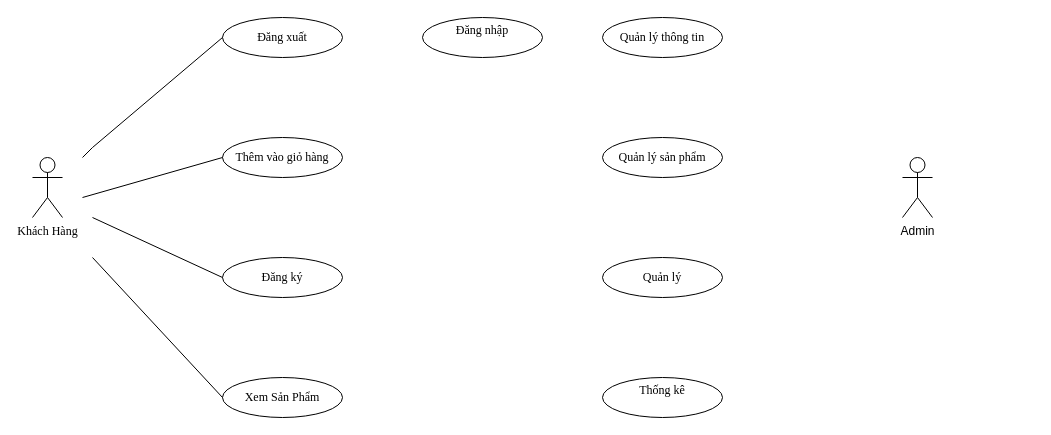
This is Usecase.drawio from Shadowcatz7/MobileShop, a draw.io file, before an edit. Source tidied: cells renumbered, new cells numbered last; positions are measured from the earlier drawing's top-left corner, leaving out a move shared by most shapes. Both pictures are drawn from the tidied source at 100%, with x=0, y=0 at pixel (32, 17).
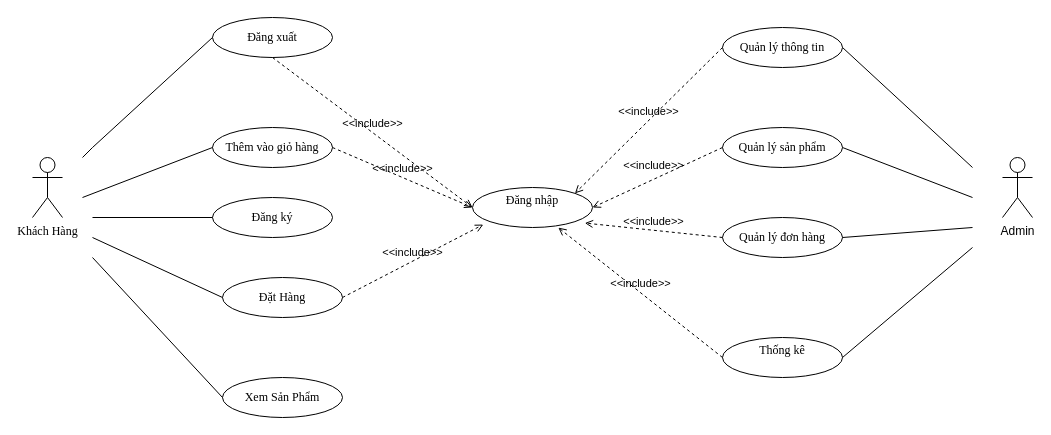
The same page after the edit.

Commit message:
Cập nhật Usecase.drawio

Change to the diagram source:
```diff
@@
     <mxCell id="3" value="Admin&lt;div&gt;&lt;br&gt;&lt;/div&gt;" style="shape=umlActor;verticalLabelPosition=bottom;verticalAlign=top;html=1;" parent="1" vertex="1">
-      <mxGeometry x="870" y="140" width="30" height="60" as="geometry" />
+      <mxGeometry x="970" y="140" width="30" height="60" as="geometry" />
     </mxCell>
     <mxCell id="4" value="Đăng xuất" style="ellipse;whiteSpace=wrap;html=1;fontFamily=Times New Roman;" parent="1" vertex="1">
-      <mxGeometry x="190" width="120" height="40" as="geometry" />
+      <mxGeometry x="180" width="120" height="40" as="geometry" />
     </mxCell>
     <mxCell id="5" value="Thêm vào giỏ hàng" style="ellipse;whiteSpace=wrap;html=1;fontFamily=Times New Roman;" parent="1" vertex="1">
-      <mxGeometry x="190" y="120" width="120" height="40" as="geometry" />
+      <mxGeometry x="180" y="110" width="120" height="40" as="geometry" />
     </mxCell>
     <mxCell id="6" value="Đăng ký" style="ellipse;whiteSpace=wrap;html=1;fontFamily=Times New Roman;" parent="1" vertex="1">
-      <mxGeometry x="190" y="240" width="120" height="40" as="geometry" />
+      <mxGeometry x="180" y="180" width="120" height="40" as="geometry" />
     </mxCell>
@@
     <mxCell id="12" value="Đăng nhập&lt;div&gt;&lt;br&gt;&lt;/div&gt;" style="ellipse;whiteSpace=wrap;html=1;fontFamily=Times New Roman;" parent="1" vertex="1">
-      <mxGeometry x="390" width="120" height="40" as="geometry" />
+      <mxGeometry x="440" y="170" width="120" height="40" as="geometry" />
     </mxCell>
     <mxCell id="13" value="Quản lý thông tin" style="ellipse;whiteSpace=wrap;html=1;fontFamily=Times New Roman;" parent="1" vertex="1">
-      <mxGeometry x="570" width="120" height="40" as="geometry" />
+      <mxGeometry x="690" y="10" width="120" height="40" as="geometry" />
     </mxCell>
     <mxCell id="14" value="Quản lý sản phẩm" style="ellipse;whiteSpace=wrap;html=1;fontFamily=Times New Roman;" parent="1" vertex="1">
-      <mxGeometry x="570" y="120" width="120" height="40" as="geometry" />
+      <mxGeometry x="690" y="110" width="120" height="40" as="geometry" />
     </mxCell>
-    <mxCell id="15" value="Quản lý" style="ellipse;whiteSpace=wrap;html=1;fontFamily=Times New Roman;" parent="1" vertex="1">
-      <mxGeometry x="570" y="240" width="120" height="40" as="geometry" />
+    <mxCell id="15" value="Quản lý đơn hàng" style="ellipse;whiteSpace=wrap;html=1;fontFamily=Times New Roman;" parent="1" vertex="1">
+      <mxGeometry x="690" y="200" width="120" height="40" as="geometry" />
     </mxCell>
     <mxCell id="16" value="Thống kê&lt;div&gt;&lt;br&gt;&lt;/div&gt;" style="ellipse;whiteSpace=wrap;html=1;fontFamily=Times New Roman;" parent="1" vertex="1">
-      <mxGeometry x="570" y="360" width="120" height="40" as="geometry" />
+      <mxGeometry x="690" y="320" width="120" height="40" as="geometry" />
     </mxCell>
+    <mxCell id="17" style="endArrow=none;html=1;rounded=0;exitX=1;exitY=0.5;exitDx=0;exitDy=0;" parent="1" edge="1" source="13">
+      <mxGeometry relative="1" as="geometry">
+        <mxPoint x="940" y="150" as="targetPoint" />
+      </mxGeometry>
+    </mxCell>
+    <mxCell id="18" style="endArrow=none;html=1;rounded=0;exitX=1;exitY=0.5;exitDx=0;exitDy=0;" parent="1" edge="1" source="14">
+      <mxGeometry relative="1" as="geometry">
+        <mxPoint x="940" y="180" as="targetPoint" />
+      </mxGeometry>
+    </mxCell>
+    <mxCell id="19" style="endArrow=none;html=1;rounded=0;exitX=1;exitY=0.5;exitDx=0;exitDy=0;" parent="1" edge="1" source="15">
+      <mxGeometry relative="1" as="geometry">
+        <mxPoint x="940" y="210" as="targetPoint" />
+      </mxGeometry>
+    </mxCell>
+    <mxCell id="20" style="endArrow=none;html=1;rounded=0;exitX=1;exitY=0.5;exitDx=0;exitDy=0;" parent="1" edge="1" source="16">
+      <mxGeometry relative="1" as="geometry">
+        <mxPoint x="940" y="230" as="targetPoint" />
+      </mxGeometry>
+    </mxCell>
+    <mxCell id="21" value="&amp;lt;&amp;lt;include&amp;gt;&amp;gt;" style="html=1;verticalAlign=bottom;labelBackgroundColor=none;endArrow=open;endFill=0;dashed=1;rounded=0;entryX=0;entryY=0.5;entryDx=0;entryDy=0;exitX=0.5;exitY=1;exitDx=0;exitDy=0;" parent="1" edge="1" source="4" target="12">
+      <mxGeometry relative="1" as="geometry" />
+    </mxCell>
+    <mxCell id="22" value="&amp;lt;&amp;lt;include&amp;gt;&amp;gt;" style="html=1;verticalAlign=bottom;labelBackgroundColor=none;endArrow=open;endFill=0;dashed=1;rounded=0;entryX=0;entryY=0.5;entryDx=0;entryDy=0;exitX=1;exitY=0.5;exitDx=0;exitDy=0;" parent="1" edge="1" source="5" target="12">
+      <mxGeometry relative="1" as="geometry" />
+    </mxCell>
+    <mxCell id="23" value="Đặt Hàng" style="ellipse;whiteSpace=wrap;html=1;fontFamily=Times New Roman;" parent="1" vertex="1">
+      <mxGeometry x="190" y="260" width="120" height="40" as="geometry" />
+    </mxCell>
+    <mxCell id="24" style="endArrow=none;html=1;rounded=0;entryX=0;entryY=0.5;entryDx=0;entryDy=0;" parent="1" edge="1" target="23">
+      <mxGeometry relative="1" as="geometry">
+        <mxPoint x="60" y="220" as="sourcePoint" />
+      </mxGeometry>
+    </mxCell>
+    <mxCell id="25" value="&amp;lt;&amp;lt;include&amp;gt;&amp;gt;" style="html=1;verticalAlign=bottom;labelBackgroundColor=none;endArrow=open;endFill=0;dashed=1;rounded=0;exitX=1;exitY=0.5;exitDx=0;exitDy=0;entryX=0.09;entryY=0.927;entryDx=0;entryDy=0;entryPerimeter=0;" parent="1" edge="1" source="23" target="12">
+      <mxGeometry relative="1" as="geometry" />
+    </mxCell>
+    <mxCell id="26" value="&amp;lt;&amp;lt;include&amp;gt;&amp;gt;" style="html=1;verticalAlign=bottom;labelBackgroundColor=none;endArrow=open;endFill=0;dashed=1;rounded=0;entryX=1;entryY=0;entryDx=0;entryDy=0;exitX=0;exitY=0.5;exitDx=0;exitDy=0;" parent="1" edge="1" source="13" target="12">
+      <mxGeometry relative="1" as="geometry" />
+    </mxCell>
+    <mxCell id="27" value="&amp;lt;&amp;lt;include&amp;gt;&amp;gt;" style="html=1;verticalAlign=bottom;labelBackgroundColor=none;endArrow=open;endFill=0;dashed=1;rounded=0;entryX=0.715;entryY=1.003;entryDx=0;entryDy=0;exitX=0;exitY=0.5;exitDx=0;exitDy=0;entryPerimeter=0;" parent="1" edge="1" source="16" target="12">
+      <mxGeometry relative="1" as="geometry" />
+    </mxCell>
+    <mxCell id="28" value="&amp;lt;&amp;lt;include&amp;gt;&amp;gt;" style="html=1;verticalAlign=bottom;labelBackgroundColor=none;endArrow=open;endFill=0;dashed=1;rounded=0;entryX=1;entryY=0.5;entryDx=0;entryDy=0;exitX=0;exitY=0.5;exitDx=0;exitDy=0;" parent="1" edge="1" source="14" target="12">
+      <mxGeometry x="0.03" y="-4" relative="1" as="geometry" />
+    </mxCell>
+    <mxCell id="29" value="&amp;lt;&amp;lt;include&amp;gt;&amp;gt;" style="html=1;verticalAlign=bottom;labelBackgroundColor=none;endArrow=open;endFill=0;dashed=1;rounded=0;entryX=0.936;entryY=0.889;entryDx=0;entryDy=0;exitX=0;exitY=0.5;exitDx=0;exitDy=0;entryPerimeter=0;" parent="1" edge="1" source="15" target="12">
+      <mxGeometry relative="1" as="geometry" />
+    </mxCell>
```
